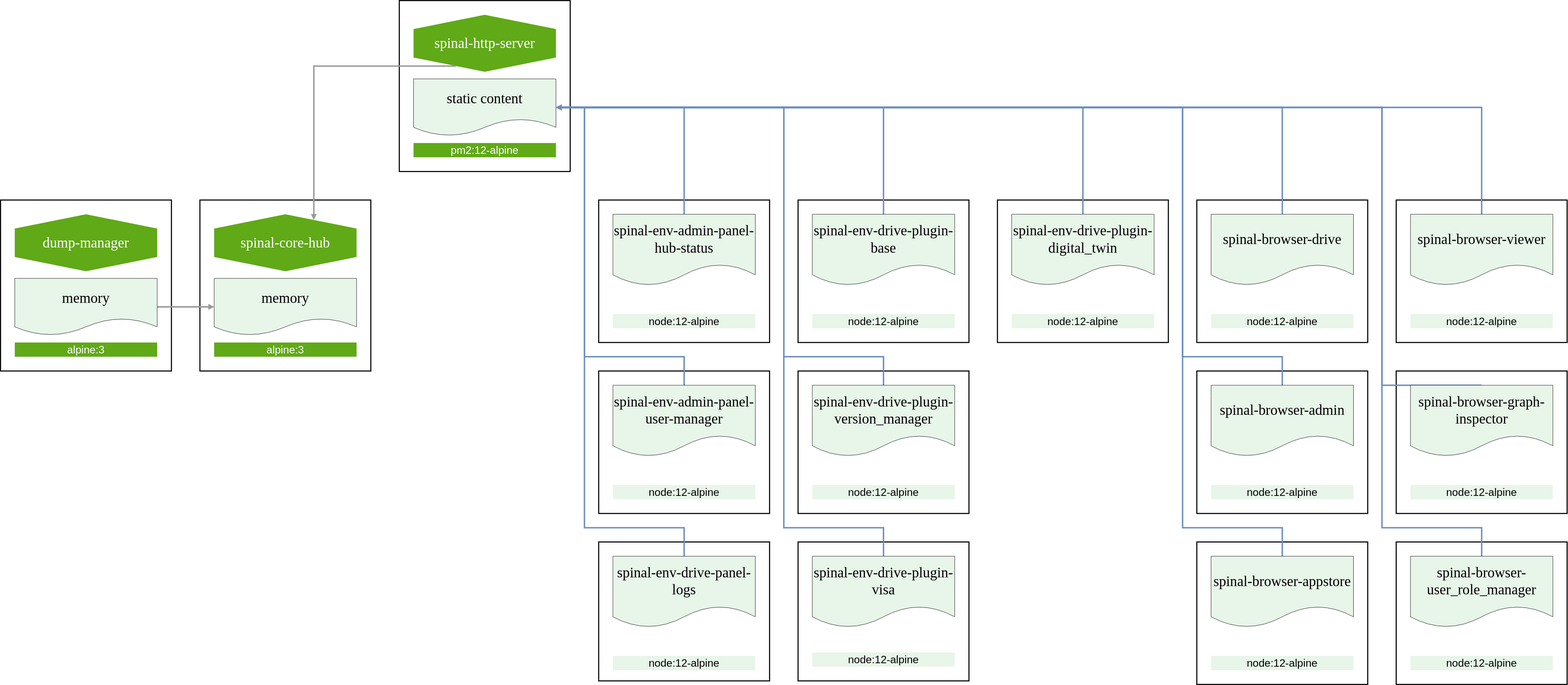
fjudith/spinalker keeps this draw.io diagram as docs/diagrams/architecture_v0.0.1.drawio.svg. Above is the earlier version. Source tidied: cells renumbered, new cells last; positions are measured from the earlier drawing's top-left corner, leaving out a move shared by most shapes.
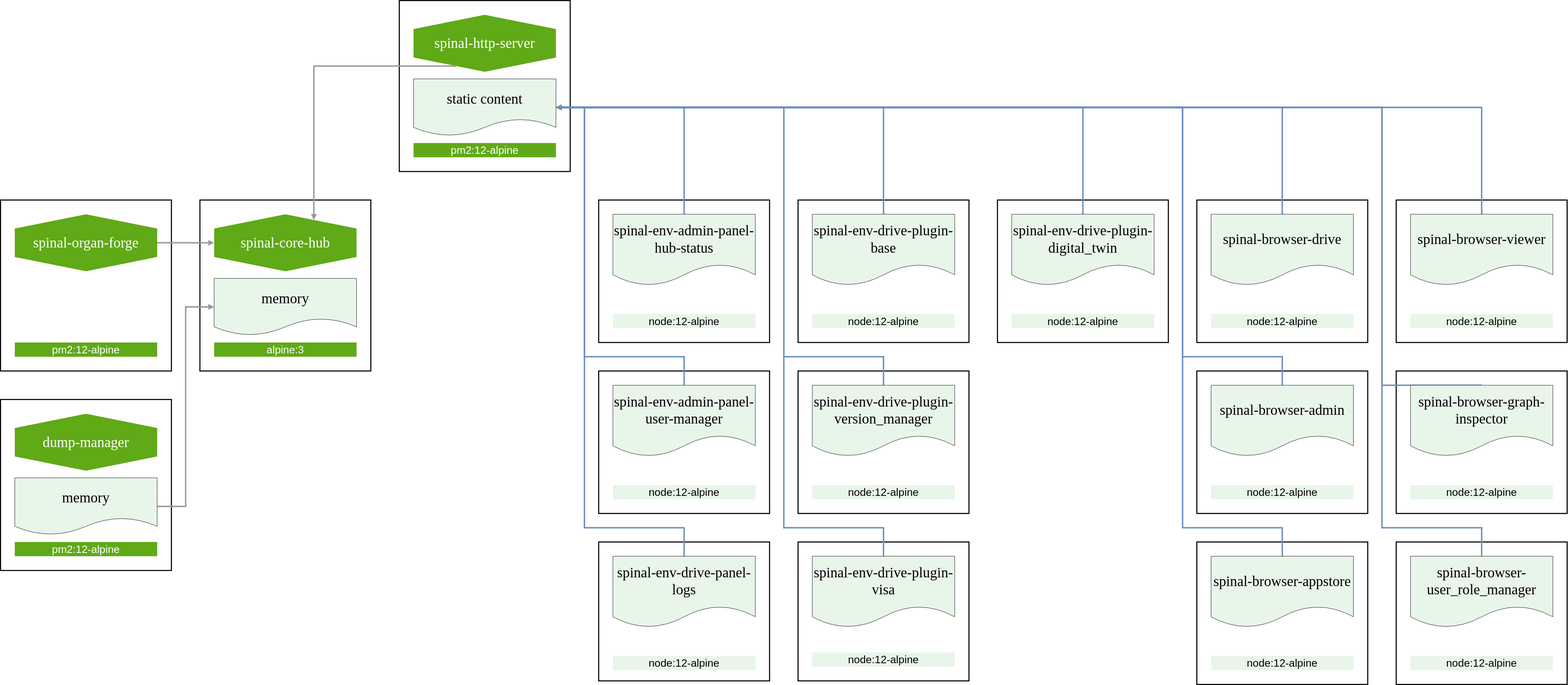
Later version of the same file.

Change to the diagram source:
```diff
@@ -233,19 +233,31 @@
       <mxGeometry x="600" y="780" width="400" height="160" as="geometry" />
     </mxCell>
     <mxCell id="63" style="whiteSpace=wrap;html=1;rounded=0;sketch=0;fillColor=none;strokeWidth=3;" parent="1" vertex="1">
-      <mxGeometry y="560" width="480" height="480" as="geometry" />
+      <mxGeometry y="1120" width="480" height="480" as="geometry" />
     </mxCell>
     <mxCell id="64" value="dump-manager" style="shape=hexagon;html=1;whiteSpace=wrap;perimeter=hexagonPerimeter;rounded=0;fontSize=40;align=center;direction=south;fontFamily=Verdana;fillColor=#60a917;fontColor=#ffffff;strokeColor=none;" parent="1" vertex="1">
-      <mxGeometry x="40" y="600" width="400" height="160" as="geometry" />
+      <mxGeometry x="40" y="1160" width="400" height="160" as="geometry" />
     </mxCell>
-    <mxCell id="65" value="alpine:3" style="rounded=0;whiteSpace=wrap;html=1;fontSize=30;align=center;fillColor=#60a917;strokeWidth=3;fontColor=#ffffff;strokeColor=none;" parent="1" vertex="1">
-      <mxGeometry x="40" y="960" width="400" height="40" as="geometry" />
+    <mxCell id="65" value="pm2:12-alpine" style="rounded=0;whiteSpace=wrap;html=1;fontSize=30;align=center;fillColor=#60a917;strokeWidth=3;fontColor=#ffffff;strokeColor=none;" parent="1" vertex="1">
+      <mxGeometry x="40" y="1520" width="400" height="40" as="geometry" />
     </mxCell>
     <mxCell id="66" style="edgeStyle=orthogonalEdgeStyle;rounded=0;jettySize=auto;html=1;exitX=1;exitY=0.5;exitDx=0;exitDy=0;entryX=0;entryY=0.5;entryDx=0;entryDy=0;fontFamily=Arial;fontSize=20;fontColor=#005700;strokeColor=#999999;strokeWidth=4;endFill=1;endArrow=block;startFill=0;" parent="1" edge="1" source="67" target="62">
       <mxGeometry relative="1" as="geometry" />
     </mxCell>
     <mxCell id="67" value="&lt;span style=&quot;font-family: &amp;#34;verdana&amp;#34; ; font-size: 40px&quot;&gt;memory&lt;/span&gt;" style="shape=document;whiteSpace=wrap;html=1;boundedLbl=1;fillColor=#E8F5E9;fontColor=#000000;" parent="1" vertex="1">
-      <mxGeometry x="40" y="780" width="400" height="160" as="geometry" />
+      <mxGeometry x="40" y="1340" width="400" height="160" as="geometry" />
     </mxCell>
+    <mxCell id="68" style="whiteSpace=wrap;html=1;rounded=0;sketch=0;fillColor=none;strokeWidth=3;" parent="1" vertex="1">
+      <mxGeometry y="560" width="480" height="480" as="geometry" />
+    </mxCell>
+    <mxCell id="69" style="edgeStyle=orthogonalEdgeStyle;rounded=0;jettySize=auto;html=1;exitX=0.5;exitY=0;exitDx=0;exitDy=0;entryX=0.5;entryY=1;entryDx=0;entryDy=0;fontFamily=Arial;fontSize=20;fontColor=#005700;strokeColor=#999999;strokeWidth=4;endFill=1;endArrow=block;startFill=0;" parent="1" edge="1" source="70" target="7">
+      <mxGeometry relative="1" as="geometry" />
+    </mxCell>
+    <mxCell id="70" value="spinal-organ-forge" style="shape=hexagon;html=1;whiteSpace=wrap;perimeter=hexagonPerimeter;rounded=0;fontSize=40;align=center;direction=south;fontFamily=Verdana;fillColor=#60a917;fontColor=#ffffff;strokeColor=none;" parent="1" vertex="1">
+      <mxGeometry x="40" y="600" width="400" height="160" as="geometry" />
+    </mxCell>
+    <mxCell id="71" value="pm2:12-alpine" style="rounded=0;whiteSpace=wrap;html=1;fontSize=30;align=center;fillColor=#60a917;strokeWidth=3;fontColor=#ffffff;strokeColor=none;" parent="1" vertex="1">
+      <mxGeometry x="40" y="960" width="400" height="40" as="geometry" />
+    </mxCell>
   </root>
 </mxGraphModel>
```
